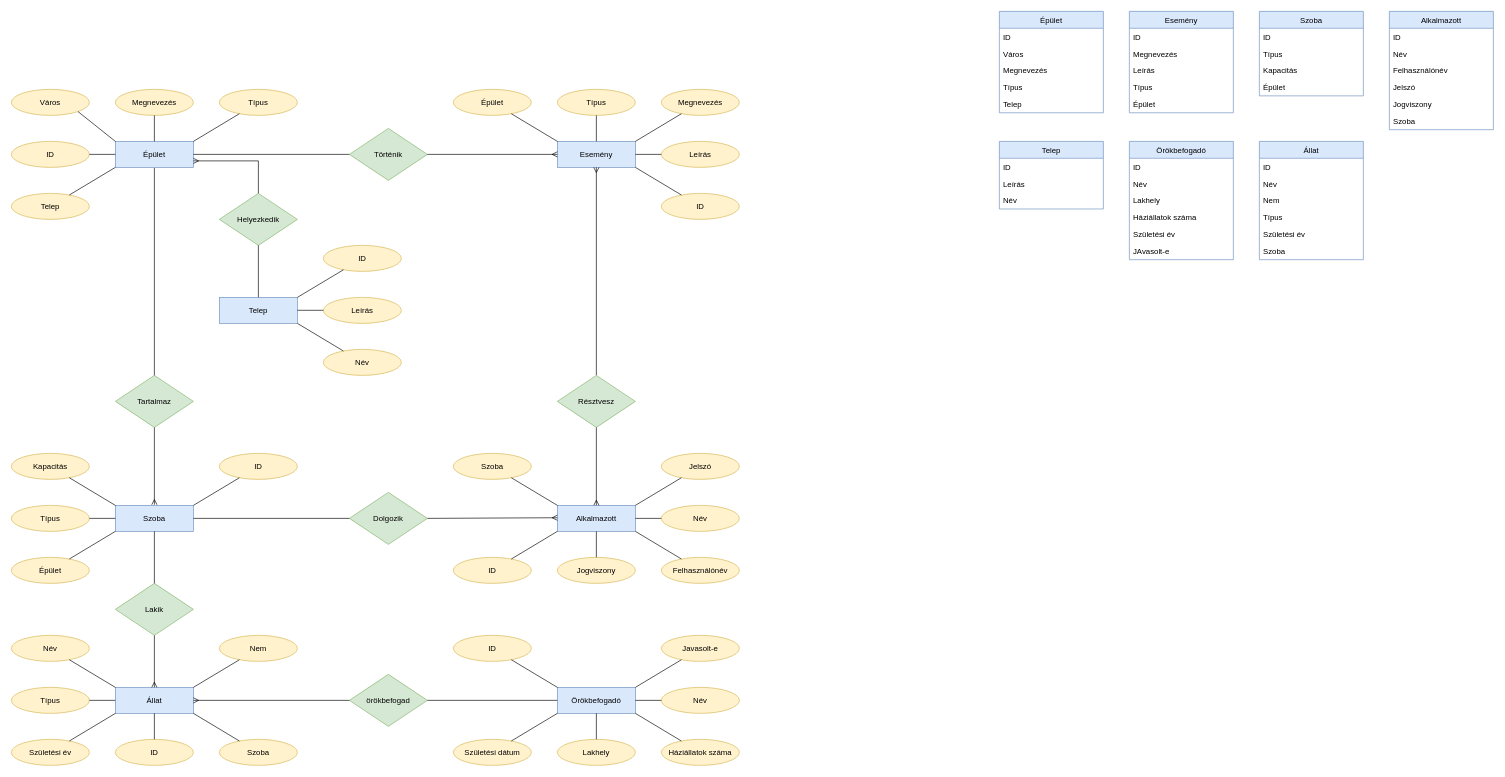
Gellifree/bluepaw keeps this draw.io diagram as SQL_Tervezés.drawio. Above is the earlier version. Source tidied: cells renumbered, new cells numbered last; positions are measured from the earlier drawing's top-left corner, leaving out a move shared by most shapes. Both pictures are drawn from the tidied source at 65%, with x=0, y=0 at pixel (11, 11).
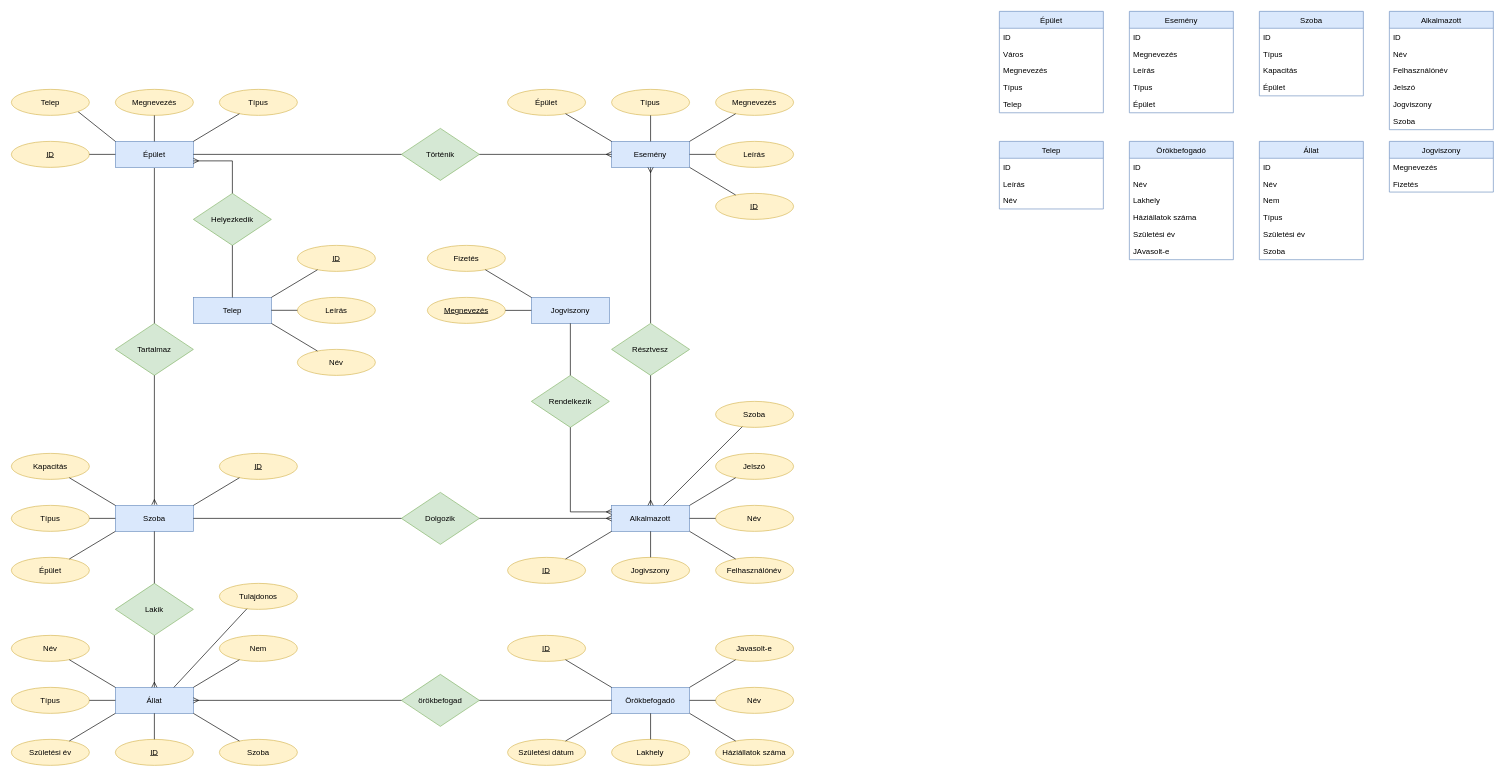
The same page after the edit.

Commit message (it also covers changes not shown here):
SQL ER modell bővítése

Unchanged cells that the change refers to:
```xml
<mxCell id="2" value="Épület" style="rounded=0;whiteSpace=wrap;html=1;fillColor=#dae8fc;strokeColor=#6c8ebf;" parent="1" vertex="1">
  <mxGeometry x="160" y="200" width="120" height="40" as="geometry" />
</mxCell>
<mxCell id="4" value="Állat" style="rounded=0;whiteSpace=wrap;html=1;fillColor=#dae8fc;strokeColor=#6c8ebf;" parent="1" vertex="1">
  <mxGeometry x="160" y="1040" width="120" height="40" as="geometry" />
</mxCell>
```

What changed in the source:
```diff
@@
     <mxCell id="5" value="Alkalmazott" style="rounded=0;whiteSpace=wrap;html=1;fillColor=#dae8fc;strokeColor=#6c8ebf;" parent="1" vertex="1">
-      <mxGeometry x="840" y="760" width="120" height="40" as="geometry" />
+      <mxGeometry x="923.4" y="760" width="120" height="40" as="geometry" />
     </mxCell>
     <mxCell id="6" value="Örökbefogadó" style="rounded=0;whiteSpace=wrap;html=1;fillColor=#dae8fc;strokeColor=#6c8ebf;" parent="1" vertex="1">
-      <mxGeometry x="840" y="1040" width="120" height="40" as="geometry" />
+      <mxGeometry x="923.4" y="1040" width="120" height="40" as="geometry" />
     </mxCell>
@@
-    <mxCell id="9" value="Város" style="ellipse;whiteSpace=wrap;html=1;fillColor=#fff2cc;strokeColor=#d6b656;" parent="1" vertex="1">
-      <mxGeometry y="120" width="120" height="40" as="geometry" />
-    </mxCell>
@@
-    <mxCell id="12" style="endArrow=none;html=1;exitX=1;exitY=1;exitDx=0;exitDy=0;entryX=0;entryY=0;entryDx=0;entryDy=0;" parent="1" edge="1" source="9" target="2">
-      <mxGeometry relative="1" as="geometry" />
+    <mxCell id="12" style="endArrow=none;html=1;exitX=1;exitY=1;exitDx=0;exitDy=0;entryX=0;entryY=0;entryDx=0;entryDy=0;" parent="1" edge="1" target="2">
+      <mxGeometry relative="1" as="geometry">
+        <mxPoint x="102.4" y="154.1" as="sourcePoint" />
+      </mxGeometry>
     </mxCell>
     <mxCell id="13" value="Tartalmaz" style="rhombus;whiteSpace=wrap;html=1;fillColor=#d5e8d4;strokeColor=#82b366;" parent="1" vertex="1">
-      <mxGeometry x="160" y="560" width="120" height="80" as="geometry" />
+      <mxGeometry x="160" y="480" width="120" height="80" as="geometry" />
     </mxCell>
     <mxCell id="14" value="Dolgozik" style="rhombus;whiteSpace=wrap;html=1;fillColor=#d5e8d4;strokeColor=#82b366;" parent="1" vertex="1">
-      <mxGeometry x="520" y="740" width="120" height="80" as="geometry" />
+      <mxGeometry x="600" y="740" width="120" height="80" as="geometry" />
     </mxCell>
@@
     <mxCell id="16" value="örökbefogad" style="rhombus;whiteSpace=wrap;html=1;fillColor=#d5e8d4;strokeColor=#82b366;" parent="1" vertex="1">
-      <mxGeometry x="520" y="1020" width="120" height="80" as="geometry" />
+      <mxGeometry x="600" y="1020" width="120" height="80" as="geometry" />
     </mxCell>
@@
-    <mxCell id="23" value="ID" style="ellipse;whiteSpace=wrap;html=1;fillColor=#fff2cc;strokeColor=#d6b656;" parent="1" vertex="1">
+    <mxCell id="23" value="&lt;u&gt;ID&lt;/u&gt;" style="ellipse;whiteSpace=wrap;html=1;fillColor=#fff2cc;strokeColor=#d6b656;" parent="1" vertex="1">
       <mxGeometry y="200" width="120" height="40" as="geometry" />
     </mxCell>
-    <mxCell id="24" value="ID" style="ellipse;whiteSpace=wrap;html=1;fillColor=#fff2cc;strokeColor=#d6b656;" parent="1" vertex="1">
+    <mxCell id="24" value="&lt;u&gt;ID&lt;/u&gt;" style="ellipse;whiteSpace=wrap;html=1;fillColor=#fff2cc;strokeColor=#d6b656;" parent="1" vertex="1">
       <mxGeometry x="320" y="680" width="120" height="40" as="geometry" />
     </mxCell>
-    <mxCell id="25" value="ID" style="ellipse;whiteSpace=wrap;html=1;fillColor=#fff2cc;strokeColor=#d6b656;" parent="1" vertex="1">
+    <mxCell id="25" value="&lt;u&gt;ID&lt;/u&gt;" style="ellipse;whiteSpace=wrap;html=1;fillColor=#fff2cc;strokeColor=#d6b656;" parent="1" vertex="1">
       <mxGeometry x="160" y="1120" width="120" height="40" as="geometry" />
     </mxCell>
     <mxCell id="26" value="Név" style="ellipse;whiteSpace=wrap;html=1;fillColor=#fff2cc;strokeColor=#d6b656;" parent="1" vertex="1">
-      <mxGeometry x="1000" y="760" width="120" height="40" as="geometry" />
+      <mxGeometry x="1083.4" y="760" width="120" height="40" as="geometry" />
     </mxCell>
-    <mxCell id="27" value="Jogviszony" style="ellipse;whiteSpace=wrap;html=1;fillColor=#fff2cc;strokeColor=#d6b656;" parent="1" vertex="1">
-      <mxGeometry x="840" y="840" width="120" height="40" as="geometry" />
+    <mxCell id="27" value="Jogivszony" style="ellipse;whiteSpace=wrap;html=1;fillColor=#fff2cc;strokeColor=#d6b656;" parent="1" vertex="1">
+      <mxGeometry x="923.4" y="840" width="120" height="40" as="geometry" />
     </mxCell>
     <mxCell id="28" value="Felhasználónév" style="ellipse;whiteSpace=wrap;html=1;fillColor=#fff2cc;strokeColor=#d6b656;" parent="1" vertex="1">
-      <mxGeometry x="1000" y="840" width="120" height="40" as="geometry" />
+      <mxGeometry x="1083.4" y="840" width="120" height="40" as="geometry" />
     </mxCell>
     <mxCell id="29" value="Jelszó" style="ellipse;whiteSpace=wrap;html=1;fillColor=#fff2cc;strokeColor=#d6b656;" parent="1" vertex="1">
-      <mxGeometry x="1000" y="680" width="120" height="40" as="geometry" />
+      <mxGeometry x="1083.4" y="680" width="120" height="40" as="geometry" />
     </mxCell>
     <mxCell id="30" value="Szoba" style="ellipse;whiteSpace=wrap;html=1;fillColor=#fff2cc;strokeColor=#d6b656;" parent="1" vertex="1">
-      <mxGeometry x="680" y="680" width="120" height="40" as="geometry" />
+      <mxGeometry x="1083.4" y="600" width="120" height="40" as="geometry" />
     </mxCell>
-    <mxCell id="31" value="ID" style="ellipse;whiteSpace=wrap;html=1;fillColor=#fff2cc;strokeColor=#d6b656;" parent="1" vertex="1">
-      <mxGeometry x="680" y="840" width="120" height="40" as="geometry" />
+    <mxCell id="31" value="&lt;u&gt;ID&lt;/u&gt;" style="ellipse;whiteSpace=wrap;html=1;fillColor=#fff2cc;strokeColor=#d6b656;" parent="1" vertex="1">
+      <mxGeometry x="763.4" y="840" width="120" height="40" as="geometry" />
     </mxCell>
     <mxCell id="32" value="Név" style="ellipse;whiteSpace=wrap;html=1;fillColor=#fff2cc;strokeColor=#d6b656;" parent="1" vertex="1">
-      <mxGeometry x="1000" y="1040" width="120" height="40" as="geometry" />
+      <mxGeometry x="1083.4" y="1040" width="120" height="40" as="geometry" />
     </mxCell>
     <mxCell id="33" value="Születési dátum" style="ellipse;whiteSpace=wrap;html=1;fillColor=#fff2cc;strokeColor=#d6b656;" parent="1" vertex="1">
-      <mxGeometry x="680" y="1120" width="120" height="40" as="geometry" />
+      <mxGeometry x="763.4" y="1120" width="120" height="40" as="geometry" />
     </mxCell>
     <mxCell id="34" value="Lakhely" style="ellipse;whiteSpace=wrap;html=1;fillColor=#fff2cc;strokeColor=#d6b656;" parent="1" vertex="1">
-      <mxGeometry x="840" y="1120" width="120" height="40" as="geometry" />
+      <mxGeometry x="923.4" y="1120" width="120" height="40" as="geometry" />
     </mxCell>
     <mxCell id="35" value="Háziállatok száma" style="ellipse;whiteSpace=wrap;html=1;fillColor=#fff2cc;strokeColor=#d6b656;" parent="1" vertex="1">
-      <mxGeometry x="1000" y="1120" width="120" height="40" as="geometry" />
+      <mxGeometry x="1083.4" y="1120" width="120" height="40" as="geometry" />
     </mxCell>
     <mxCell id="36" value="Javasolt-e" style="ellipse;whiteSpace=wrap;html=1;fillColor=#fff2cc;strokeColor=#d6b656;" parent="1" vertex="1">
-      <mxGeometry x="1000" y="960" width="120" height="40" as="geometry" />
+      <mxGeometry x="1083.4" y="960" width="120" height="40" as="geometry" />
     </mxCell>
@@
     <mxCell id="39" value="Esemény" style="rounded=0;whiteSpace=wrap;html=1;fillColor=#dae8fc;strokeColor=#6c8ebf;" parent="1" vertex="1">
-      <mxGeometry x="840" y="200" width="120" height="40" as="geometry" />
+      <mxGeometry x="923.4" y="200" width="120" height="40" as="geometry" />
     </mxCell>
     <mxCell id="40" value="Típus" style="ellipse;whiteSpace=wrap;html=1;fillColor=#fff2cc;strokeColor=#d6b656;" parent="1" vertex="1">
-      <mxGeometry x="840" y="120" width="120" height="40" as="geometry" />
+      <mxGeometry x="923.4" y="120" width="120" height="40" as="geometry" />
     </mxCell>
     <mxCell id="41" value="Megnevezés" style="ellipse;whiteSpace=wrap;html=1;fillColor=#fff2cc;strokeColor=#d6b656;" parent="1" vertex="1">
-      <mxGeometry x="1000" y="120" width="120" height="40" as="geometry" />
+      <mxGeometry x="1083.4" y="120" width="120" height="40" as="geometry" />
     </mxCell>
     <mxCell id="42" value="Leírás" style="ellipse;whiteSpace=wrap;html=1;fillColor=#fff2cc;strokeColor=#d6b656;" parent="1" vertex="1">
-      <mxGeometry x="1000" y="200" width="120" height="40" as="geometry" />
+      <mxGeometry x="1083.4" y="200" width="120" height="40" as="geometry" />
     </mxCell>
-    <mxCell id="43" value="ID" style="ellipse;whiteSpace=wrap;html=1;fillColor=#fff2cc;strokeColor=#d6b656;" parent="1" vertex="1">
-      <mxGeometry x="1000" y="280" width="120" height="40" as="geometry" />
+    <mxCell id="43" value="&lt;u&gt;ID&lt;/u&gt;" style="ellipse;whiteSpace=wrap;html=1;fillColor=#fff2cc;strokeColor=#d6b656;" parent="1" vertex="1">
+      <mxGeometry x="1083.4" y="280" width="120" height="40" as="geometry" />
     </mxCell>
     <mxCell id="44" value="Épület" style="ellipse;whiteSpace=wrap;html=1;fillColor=#fff2cc;strokeColor=#d6b656;" parent="1" vertex="1">
-      <mxGeometry x="680" y="120" width="120" height="40" as="geometry" />
+      <mxGeometry x="763.4" y="120" width="120" height="40" as="geometry" />
     </mxCell>
     <mxCell id="45" value="Történik" style="rhombus;whiteSpace=wrap;html=1;fillColor=#d5e8d4;strokeColor=#82b366;" parent="1" vertex="1">
-      <mxGeometry x="520" y="180" width="120" height="80" as="geometry" />
+      <mxGeometry x="600" y="180" width="120" height="80" as="geometry" />
     </mxCell>
@@
-    <mxCell id="67" style="endArrow=none;html=1;exitX=0;exitY=0;exitDx=0;exitDy=0;" parent="1" edge="1" source="5" target="30">
+    <mxCell id="67" style="endArrow=none;html=1;" parent="1" edge="1" source="5" target="30">
       <mxGeometry relative="1" as="geometry" />
     </mxCell>
@@
     <mxCell id="74" value="Résztvesz" style="rhombus;whiteSpace=wrap;html=1;fillColor=#d5e8d4;strokeColor=#82b366;" parent="1" vertex="1">
-      <mxGeometry x="840" y="560" width="120" height="80" as="geometry" />
+      <mxGeometry x="923.4" y="480" width="120" height="80" as="geometry" />
     </mxCell>
@@
-    <mxCell id="83" style="endArrow=none;html=1;startArrow=ERmany;startFill=0;entryX=1;entryY=0.5;entryDx=0;entryDy=0;" parent="1" edge="1" target="14">
-      <mxGeometry relative="1" as="geometry">
-        <mxPoint x="840" y="779" as="sourcePoint" />
-      </mxGeometry>
+    <mxCell id="83" style="endArrow=none;html=1;startArrow=ERmany;startFill=0;entryX=1;entryY=0.5;entryDx=0;entryDy=0;" parent="1" edge="1" source="5" target="14">
+      <mxGeometry relative="1" as="geometry" />
     </mxCell>
@@
-    <mxCell id="124" value="ID" style="ellipse;whiteSpace=wrap;html=1;fillColor=#fff2cc;strokeColor=#d6b656;" parent="1" vertex="1">
-      <mxGeometry x="680" y="960" width="120" height="40" as="geometry" />
+    <mxCell id="124" value="&lt;u&gt;ID&lt;/u&gt;" style="ellipse;whiteSpace=wrap;html=1;fillColor=#fff2cc;strokeColor=#d6b656;" parent="1" vertex="1">
+      <mxGeometry x="763.4" y="960" width="120" height="40" as="geometry" />
     </mxCell>
     <mxCell id="125" style="endArrow=none;html=1;exitX=0;exitY=0;exitDx=0;exitDy=0;" parent="1" edge="1">
       <mxGeometry relative="1" as="geometry">
-        <mxPoint x="840" y="1040" as="sourcePoint" />
-        <mxPoint x="769.1" y="997.5" as="targetPoint" />
+        <mxPoint x="923.4" y="1040" as="sourcePoint" />
+        <mxPoint x="852.5" y="997.5" as="targetPoint" />
       </mxGeometry>
     </mxCell>
     <mxCell id="126" value="Telep" style="rounded=0;whiteSpace=wrap;html=1;fillColor=#dae8fc;strokeColor=#6c8ebf;" parent="1" vertex="1">
-      <mxGeometry x="320" y="440" width="120" height="40" as="geometry" />
+      <mxGeometry x="280" y="440" width="120" height="40" as="geometry" />
     </mxCell>
-    <mxCell id="127" value="ID" style="ellipse;whiteSpace=wrap;html=1;fillColor=#fff2cc;strokeColor=#d6b656;" parent="1" vertex="1">
-      <mxGeometry x="480" y="360" width="120" height="40" as="geometry" />
+    <mxCell id="127" value="&lt;u&gt;ID&lt;/u&gt;" style="ellipse;whiteSpace=wrap;html=1;fillColor=#fff2cc;strokeColor=#d6b656;" parent="1" vertex="1">
+      <mxGeometry x="440" y="360" width="120" height="40" as="geometry" />
     </mxCell>
     <mxCell id="128" value="Név" style="ellipse;whiteSpace=wrap;html=1;fillColor=#fff2cc;strokeColor=#d6b656;" parent="1" vertex="1">
-      <mxGeometry x="480" y="520" width="120" height="40" as="geometry" />
+      <mxGeometry x="440" y="520" width="120" height="40" as="geometry" />
     </mxCell>
     <mxCell id="129" value="Leírás" style="ellipse;whiteSpace=wrap;html=1;fillColor=#fff2cc;strokeColor=#d6b656;" parent="1" vertex="1">
-      <mxGeometry x="480" y="440" width="120" height="40" as="geometry" />
+      <mxGeometry x="440" y="440" width="120" height="40" as="geometry" />
     </mxCell>
     <mxCell id="130" value="Telep" style="ellipse;whiteSpace=wrap;html=1;fillColor=#fff2cc;strokeColor=#d6b656;" parent="1" vertex="1">
-      <mxGeometry y="280" width="120" height="40" as="geometry" />
+      <mxGeometry y="120" width="120" height="40" as="geometry" />
     </mxCell>
-    <mxCell id="131" style="endArrow=none;html=1;exitX=1;exitY=0;exitDx=0;exitDy=0;" parent="1" edge="1">
-      <mxGeometry relative="1" as="geometry">
-        <mxPoint x="89.1" y="282.5" as="sourcePoint" />
-        <mxPoint x="160" y="240" as="targetPoint" />
-      </mxGeometry>
-    </mxCell>
     <mxCell id="132" value="Helyezkedik" style="rhombus;whiteSpace=wrap;html=1;fillColor=#d5e8d4;strokeColor=#82b366;" parent="1" vertex="1">
-      <mxGeometry x="320" y="280" width="120" height="80" as="geometry" />
+      <mxGeometry x="280" y="280" width="120" height="80" as="geometry" />
     </mxCell>
     <mxCell id="133" style="endArrow=none;html=1;startArrow=ERmany;startFill=0;exitX=1;exitY=0.75;exitDx=0;exitDy=0;" parent="1" edge="1" source="2">
       <mxGeometry relative="1" as="geometry">
-        <mxPoint x="380" y="230" as="targetPoint" />
+        <mxPoint x="340" y="230" as="targetPoint" />
       </mxGeometry>
     </mxCell>
     <mxCell id="134" style="endArrow=none;html=1;exitX=1;exitY=0;exitDx=0;exitDy=0;" parent="1" edge="1">
       <mxGeometry relative="1" as="geometry">
-        <mxPoint x="440" y="440" as="sourcePoint" />
-        <mxPoint x="511" y="397.5" as="targetPoint" />
+        <mxPoint x="400" y="440" as="sourcePoint" />
+        <mxPoint x="471" y="397.5" as="targetPoint" />
       </mxGeometry>
     </mxCell>
     <mxCell id="135" style="endArrow=none;html=1;entryX=0;entryY=0.5;entryDx=0;entryDy=0;" parent="1" edge="1">
       <mxGeometry relative="1" as="geometry">
-        <mxPoint x="440" y="459.9" as="sourcePoint" />
-        <mxPoint x="480" y="459.9" as="targetPoint" />
+        <mxPoint x="400" y="459.9" as="sourcePoint" />
+        <mxPoint x="440" y="459.9" as="targetPoint" />
       </mxGeometry>
     </mxCell>
     <mxCell id="136" style="endArrow=none;html=1;entryX=1;entryY=1;entryDx=0;entryDy=0;" parent="1" edge="1" source="128">
       <mxGeometry relative="1" as="geometry">
-        <mxPoint x="440" y="480" as="targetPoint" />
+        <mxPoint x="400" y="480" as="targetPoint" />
       </mxGeometry>
     </mxCell>
     <mxCell id="137" style="endArrow=none;html=1;" parent="1" edge="1" target="132">
       <mxGeometry relative="1" as="geometry">
-        <mxPoint x="380" y="230" as="sourcePoint" />
+        <mxPoint x="340" y="230" as="sourcePoint" />
       </mxGeometry>
     </mxCell>
     <mxCell id="138" style="endArrow=none;html=1;entryX=0.5;entryY=0;entryDx=0;entryDy=0;exitX=0.5;exitY=1;exitDx=0;exitDy=0;" parent="1" edge="1" target="126">
       <mxGeometry relative="1" as="geometry">
-        <mxPoint x="380" y="360" as="sourcePoint" />
+        <mxPoint x="340" y="360" as="sourcePoint" />
       </mxGeometry>
     </mxCell>
@@
+    <mxCell id="143" value="Tulajdonos" style="ellipse;whiteSpace=wrap;html=1;fillColor=#fff2cc;strokeColor=#d6b656;" parent="1" vertex="1">
+      <mxGeometry x="320" y="880" width="120" height="40" as="geometry" />
+    </mxCell>
+    <mxCell id="144" style="endArrow=none;html=1;exitX=0.75;exitY=0;exitDx=0;exitDy=0;" parent="1" edge="1" source="4" target="143">
+      <mxGeometry relative="1" as="geometry" />
+    </mxCell>
+    <mxCell id="145" value="Jogviszony" style="rounded=0;whiteSpace=wrap;html=1;fillColor=#dae8fc;strokeColor=#6c8ebf;" parent="1" vertex="1">
+      <mxGeometry x="800" y="440" width="120" height="40" as="geometry" />
+    </mxCell>
+    <mxCell id="146" value="Fizetés" style="ellipse;whiteSpace=wrap;html=1;fillColor=#fff2cc;strokeColor=#d6b656;" parent="1" vertex="1">
+      <mxGeometry x="640" y="360" width="120" height="40" as="geometry" />
+    </mxCell>
+    <mxCell id="147" value="&lt;u&gt;Megnevezés&lt;/u&gt;" style="ellipse;whiteSpace=wrap;html=1;fillColor=#fff2cc;strokeColor=#d6b656;" parent="1" vertex="1">
+      <mxGeometry x="640" y="440" width="120" height="40" as="geometry" />
+    </mxCell>
+    <mxCell id="148" style="endArrow=none;html=1;entryX=0;entryY=0.5;entryDx=0;entryDy=0;" parent="1" edge="1" source="147" target="145">
+      <mxGeometry relative="1" as="geometry" />
+    </mxCell>
+    <mxCell id="149" style="endArrow=none;html=1;entryX=0;entryY=0;entryDx=0;entryDy=0;" parent="1" edge="1" source="146" target="145">
+      <mxGeometry relative="1" as="geometry" />
+    </mxCell>
+    <mxCell id="150" value="Rendelkezik" style="rhombus;whiteSpace=wrap;html=1;fillColor=#d5e8d4;strokeColor=#82b366;" parent="1" vertex="1">
+      <mxGeometry x="800" y="560" width="120" height="80" as="geometry" />
+    </mxCell>
+    <mxCell id="151" style="endArrow=none;html=1;startArrow=ERmany;startFill=0;exitX=0;exitY=0.25;exitDx=0;exitDy=0;" parent="1" edge="1" source="5">
+      <mxGeometry relative="1" as="geometry">
+        <mxPoint x="860" y="770" as="targetPoint" />
+      </mxGeometry>
+    </mxCell>
+    <mxCell id="152" style="endArrow=none;html=1;entryX=0.5;entryY=1;entryDx=0;entryDy=0;" parent="1" edge="1" target="150">
+      <mxGeometry relative="1" as="geometry">
+        <mxPoint x="860" y="770" as="sourcePoint" />
+      </mxGeometry>
+    </mxCell>
+    <mxCell id="153" style="endArrow=none;html=1;" parent="1" edge="1" source="150" target="145">
+      <mxGeometry relative="1" as="geometry" />
+    </mxCell>
+    <mxCell id="154" value="Jogviszony" style="swimlane;fontStyle=0;horizontal=1;startSize=26;fillColor=#dae8fc;strokeColor=#6c8ebf;" parent="1" vertex="1">
+      <mxGeometry x="2120" y="200" width="160" height="78" as="geometry" />
+    </mxCell>
+    <mxCell id="155" value="Megnevezés" style="text;strokeColor=none;fillColor=none;align=left;verticalAlign=top;spacingLeft=4;spacingRight=4;overflow=hidden;" parent="154" vertex="1">
+      <mxGeometry y="26" width="160" height="26" as="geometry" />
+    </mxCell>
+    <mxCell id="156" value="Fizetés" style="text;strokeColor=none;fillColor=none;align=left;verticalAlign=top;spacingLeft=4;spacingRight=4;overflow=hidden;" parent="154" vertex="1">
+      <mxGeometry y="52" width="160" height="26" as="geometry" />
+    </mxCell>
```
